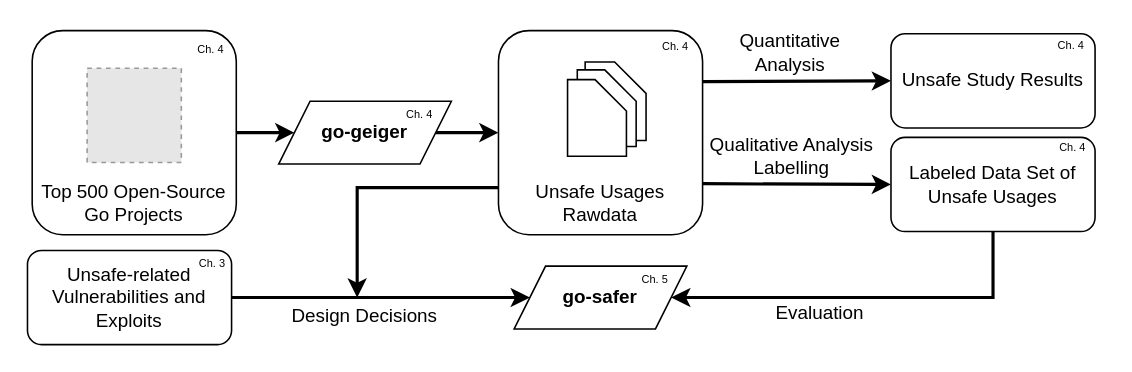
The draw.io diagram thesis/assets/figures/chapter1/outline1.drawio in jlauinger/master-of-science, before the edit. Source tidied: cells renumbered, new cells numbered last; positions are measured from the earlier drawing's top-left corner, leaving out a move shared by most shapes. Both pictures are drawn from the tidied source at 157%, with x=0, y=0 at pixel (27, 27). Pictures stored in the file or linked from it are replaced by grey dashed boxes.
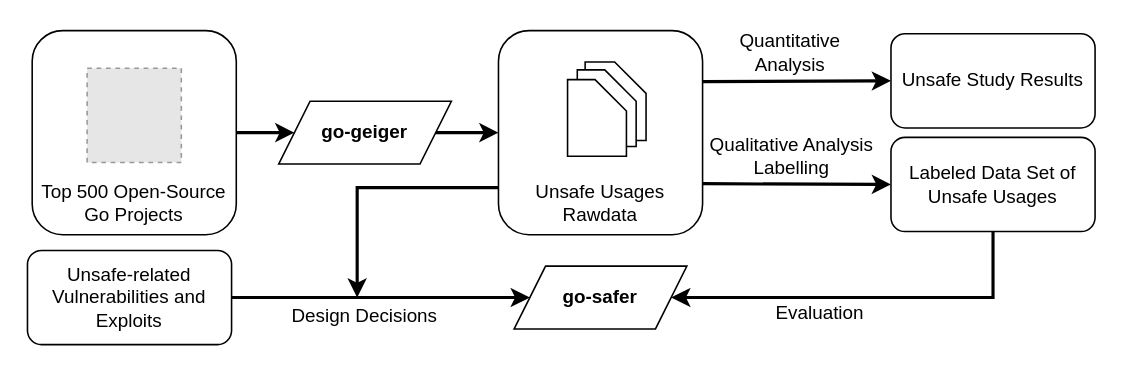
Above is the later version.

The change refers to these unchanged cells:
```xml
<mxCell id="10" style="group;" parent="1" vertex="1">
  <mxGeometry x="300" y="2" width="130" height="130" as="geometry" />
</mxCell>
<mxCell id="25" style="group;" parent="1" vertex="1">
  <mxGeometry x="3" y="2" width="130" height="130" as="geometry" />
</mxCell>
```

Change to the diagram source:
```diff
@@
-    <mxCell id="17" value="&lt;font style=&quot;font-size: 7px&quot;&gt;Ch. 4&lt;/font&gt;" style="text;html=1;strokeColor=none;fillColor=none;align=center;verticalAlign=middle;whiteSpace=wrap;rounded=0;" parent="10" vertex="1">
-      <mxGeometry x="93" y="-1" width="40" height="20" as="geometry" />
-    </mxCell>
@@
-    <mxCell id="29" value="&lt;font style=&quot;font-size: 7px&quot;&gt;Ch. 4&lt;/font&gt;" style="text;html=1;strokeColor=none;fillColor=none;align=center;verticalAlign=middle;whiteSpace=wrap;rounded=0;" parent="25" vertex="1">
-      <mxGeometry x="94" y="1" width="40" height="20" as="geometry" />
-    </mxCell>
@@
-    <mxCell id="31" value="&lt;font style=&quot;font-size: 7px&quot;&gt;Ch. 4&lt;/font&gt;" style="text;html=1;strokeColor=none;fillColor=none;align=center;verticalAlign=middle;whiteSpace=wrap;rounded=0;" parent="1" vertex="1">
-      <mxGeometry x="230" y="44" width="40" height="20" as="geometry" />
-    </mxCell>
-    <mxCell id="32" value="&lt;font style=&quot;font-size: 7px&quot;&gt;Ch. 4&lt;/font&gt;" style="text;html=1;strokeColor=none;fillColor=none;align=center;verticalAlign=middle;whiteSpace=wrap;rounded=0;" parent="1" vertex="1">
-      <mxGeometry x="645" width="40" height="20" as="geometry" />
-    </mxCell>
-    <mxCell id="33" value="&lt;font style=&quot;font-size: 7px&quot;&gt;Ch. 4&lt;/font&gt;" style="text;html=1;strokeColor=none;fillColor=none;align=center;verticalAlign=middle;whiteSpace=wrap;rounded=0;" parent="1" vertex="1">
-      <mxGeometry x="646" y="65" width="40" height="20" as="geometry" />
-    </mxCell>
-    <mxCell id="34" value="&lt;font style=&quot;font-size: 7px&quot;&gt;Ch. 5&lt;/font&gt;" style="text;html=1;strokeColor=none;fillColor=none;align=center;verticalAlign=middle;whiteSpace=wrap;rounded=0;" parent="1" vertex="1">
-      <mxGeometry x="380" y="149" width="40" height="20" as="geometry" />
-    </mxCell>
-    <mxCell id="35" value="&lt;font&gt;&lt;font style=&quot;font-size: 7px&quot;&gt;Ch. 3&lt;/font&gt;&lt;br&gt;&lt;/font&gt;" style="text;html=1;strokeColor=none;fillColor=none;align=center;verticalAlign=middle;whiteSpace=wrap;rounded=0;" parent="1" vertex="1">
-      <mxGeometry x="98" y="139" width="40" height="20" as="geometry" />
-    </mxCell>
```
